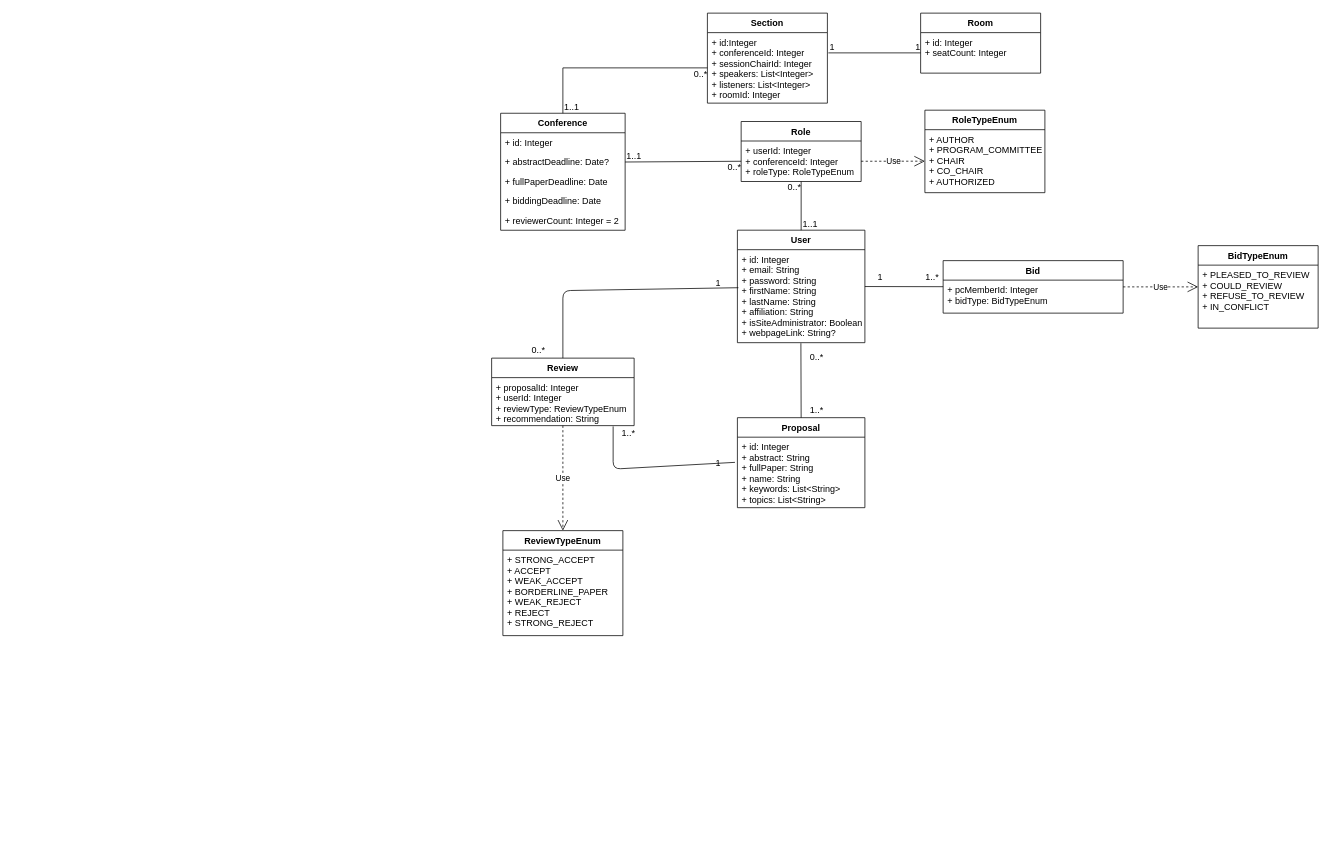
raresica1234/ATAR-SE keeps this draw.io diagram as page "Page-1" (1 of 4) of Documentation/Diagrams/ClassDiagram.drawio. Above is the earlier version. Source tidied: cells renumbered, new cells numbered last; positions are measured from the earlier drawing's top-left corner, leaving out a move shared by most shapes. Both pictures are drawn from the tidied source at 75%, with x=0, y=0 at pixel (491, 13).
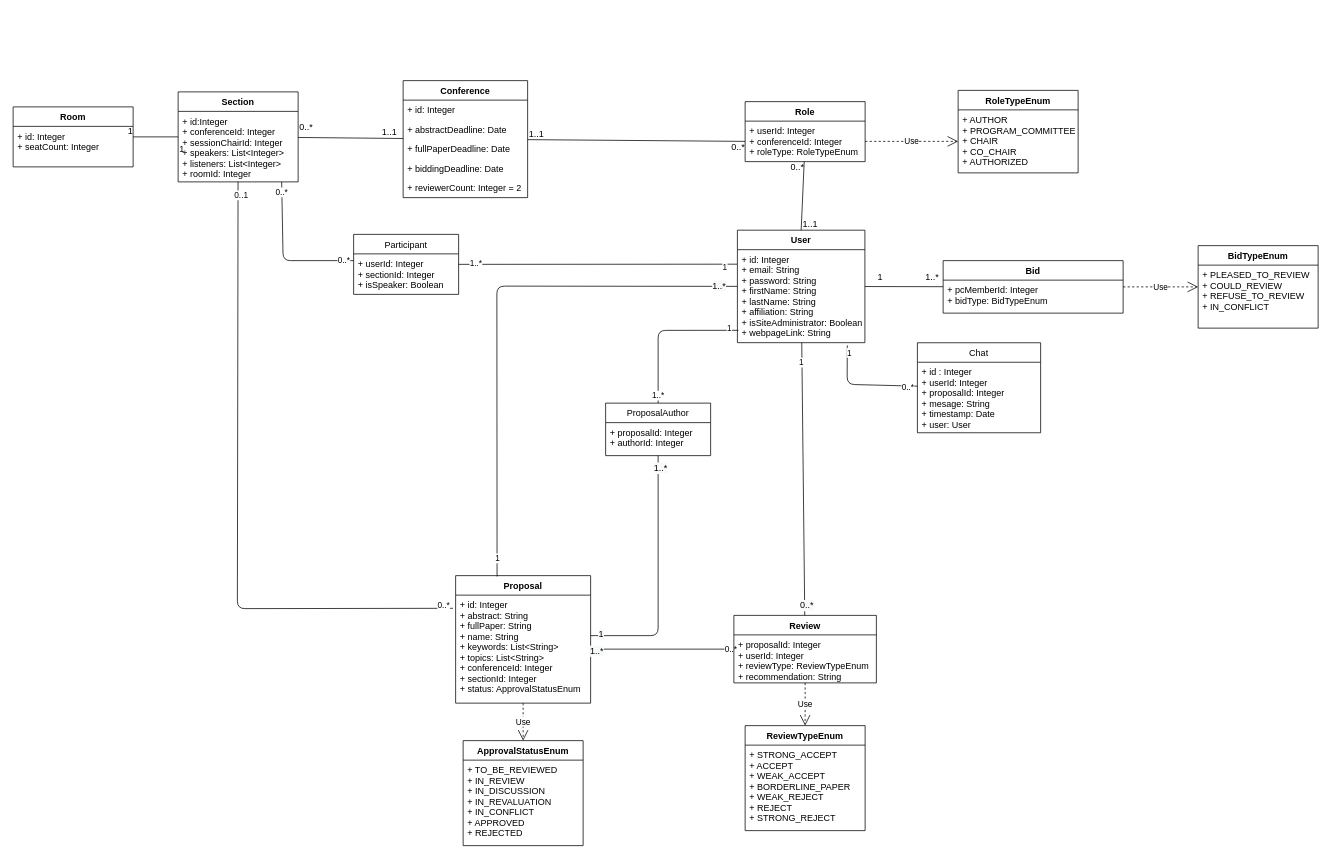
After the change.

The change refers to these unchanged cells:
```xml
<mxCell id="2" value="User" style="swimlane;fontStyle=1;align=center;verticalAlign=top;horizontal=1;startSize=26;" parent="1" vertex="1">
  <mxGeometry x="327.7" y="289.4" width="170" height="150" as="geometry" />
</mxCell>
<mxCell id="5" value="+ userId: Integer&#10;+ conferenceId: Integer&#10;+ roleType: RoleTypeEnum" style="text;strokeColor=none;fillColor=none;align=left;verticalAlign=top;spacingLeft=4;spacingRight=4;overflow=hidden;points=[[0,0.5],[1,0.5]];portConstraint=eastwest;" parent="4" vertex="1">
  <mxGeometry y="26" width="160" height="54" as="geometry" />
</mxCell>
<mxCell id="13" value="+ id:Integer&#10;+ conferenceId: Integer&#10;+ sessionChairId: Integer&#10;+ speakers: List&lt;Integer&gt;&#10;+ listeners: List&lt;Integer&gt;&#10;+ roomId: Integer&#10;" style="text;strokeColor=none;fillColor=none;align=left;verticalAlign=top;spacingLeft=4;spacingRight=4;overflow=hidden;points=[[0,0.5],[1,0.5]];portConstraint=eastwest;" parent="12" vertex="1">
  <mxGeometry y="26" width="160" height="94" as="geometry" />
</mxCell>
<mxCell id="15" value="+ id: Integer&#10;+ seatCount: Integer&#10;" style="text;strokeColor=none;fillColor=none;align=left;verticalAlign=top;spacingLeft=4;spacingRight=4;overflow=hidden;points=[[0,0.5],[1,0.5]];portConstraint=eastwest;" parent="14" vertex="1">
  <mxGeometry y="26" width="160" height="54" as="geometry" />
</mxCell>
```

What changed in the source:
```diff
@@
-    <mxCell id="3" value="+ id: Integer&#10;+ email: String&#10;+ password: String&#10;+ firstName: String&#10;+ lastName: String&#10;+ affiliation: String&#10;+ isSiteAdministrator: Boolean&#10;+ webpageLink: String?" style="text;strokeColor=none;fillColor=none;align=left;verticalAlign=top;spacingLeft=4;spacingRight=4;overflow=hidden;points=[[0,0.5],[1,0.5]];portConstraint=eastwest;" parent="2" vertex="1">
+    <mxCell id="3" value="+ id: Integer&#10;+ email: String&#10;+ password: String&#10;+ firstName: String&#10;+ lastName: String&#10;+ affiliation: String&#10;+ isSiteAdministrator: Boolean&#10;+ webpageLink: String" style="text;strokeColor=none;fillColor=none;align=left;verticalAlign=top;spacingLeft=4;spacingRight=4;overflow=hidden;points=[[0,0.5],[1,0.5]];portConstraint=eastwest;" parent="2" vertex="1">
       <mxGeometry y="26" width="170" height="124" as="geometry" />
     </mxCell>
     <mxCell id="4" value="Role" style="swimlane;fontStyle=1;align=center;verticalAlign=top;horizontal=1;startSize=26;" parent="1" vertex="1">
-      <mxGeometry x="332.7" y="144.5" width="160" height="80" as="geometry" />
+      <mxGeometry x="338" y="118" width="160" height="80" as="geometry" />
     </mxCell>
@@
     <mxCell id="6" value="RoleTypeEnum" style="swimlane;fontStyle=1;align=center;verticalAlign=top;horizontal=1;startSize=26;" parent="1" vertex="1">
-      <mxGeometry x="577.7" y="129.4" width="160" height="110" as="geometry" />
+      <mxGeometry x="622" y="103" width="160" height="110" as="geometry" />
     </mxCell>
@@
     <mxCell id="12" value="Section" style="swimlane;fontStyle=1;align=center;verticalAlign=top;horizontal=1;startSize=26;" parent="1" vertex="1">
-      <mxGeometry x="287.7" width="160" height="120" as="geometry" />
+      <mxGeometry x="-418" y="105" width="160" height="120" as="geometry" />
     </mxCell>
@@
     <mxCell id="14" value="Room" style="swimlane;fontStyle=1;align=center;verticalAlign=top;horizontal=1;startSize=26;" parent="1" vertex="1">
-      <mxGeometry x="572" width="160" height="80" as="geometry" />
+      <mxGeometry x="-638" y="125" width="160" height="80" as="geometry" />
     </mxCell>
@@
-    <mxCell id="16" style="endArrow=none;html=1;rounded=0;entryX=0;entryY=0.5;entryDx=0;entryDy=0;" parent="1" edge="1" target="15">
-      <mxGeometry relative="1" as="geometry">
-        <mxPoint x="449" y="53" as="sourcePoint" />
-      </mxGeometry>
+    <mxCell id="16" style="endArrow=none;html=1;rounded=0;" parent="1" edge="1" source="12" target="14">
+      <mxGeometry relative="1" as="geometry" />
     </mxCell>
     <mxCell id="17" value="1" style="html=1;align=left;verticalAlign=bottom;" parent="16" vertex="1">
-      <mxGeometry x="-1" relative="1" as="geometry" />
+      <mxGeometry x="-1" relative="1" as="geometry">
+        <mxPoint y="25" as="offset" />
+      </mxGeometry>
     </mxCell>
@@
     <mxCell id="19" value="Proposal" style="swimlane;fontStyle=1;align=center;verticalAlign=top;horizontal=1;startSize=26;" parent="1" vertex="1">
-      <mxGeometry x="327.7" y="539.4" width="170" height="120" as="geometry" />
+      <mxGeometry x="-48" y="750" width="180" height="170" as="geometry" />
     </mxCell>
-    <mxCell id="20" value="+ id: Integer&#10;+ abstract: String&#10;+ fullPaper: String &#10;+ name: String&#10;+ keywords: List&lt;String&gt;&#10;+ topics: List&lt;String&gt;" style="text;strokeColor=none;fillColor=none;align=left;verticalAlign=top;spacingLeft=4;spacingRight=4;overflow=hidden;points=[[0,0.5],[1,0.5]];portConstraint=eastwest;" parent="19" vertex="1">
-      <mxGeometry y="26" width="170" height="94" as="geometry" />
+    <mxCell id="20" value="+ id: Integer&#10;+ abstract: String&#10;+ fullPaper: String &#10;+ name: String&#10;+ keywords: List&lt;String&gt;&#10;+ topics: List&lt;String&gt;&#10;+ conferenceId: Integer&#10;+ sectionId: Integer&#10;+ status: ApprovalStatusEnum" style="text;strokeColor=none;fillColor=none;align=left;verticalAlign=top;spacingLeft=4;spacingRight=4;overflow=hidden;points=[[0,0.5],[1,0.5]];portConstraint=eastwest;" parent="19" vertex="1">
+      <mxGeometry y="26" width="180" height="144" as="geometry" />
     </mxCell>
-    <mxCell id="21" style="endArrow=none;html=1;entryX=0.498;entryY=1.006;entryDx=0;entryDy=0;entryPerimeter=0;exitX=0.5;exitY=0;exitDx=0;exitDy=0;" parent="1" edge="1" source="19" target="3">
+    <mxCell id="21" style="endArrow=none;html=1;" parent="1" edge="1" source="20" target="38">
       <mxGeometry relative="1" as="geometry" />
     </mxCell>
-    <mxCell id="22" value="1..*" style="text;html=1;align=center;verticalAlign=middle;" parent="1" vertex="1">
-      <mxGeometry x="417.7" y="519.4" width="30" height="20" as="geometry" />
-    </mxCell>
-    <mxCell id="23" value="0..*" style="text;html=1;align=center;verticalAlign=middle;" parent="1" vertex="1">
-      <mxGeometry x="417.7" y="449.4" width="30" height="20" as="geometry" />
-    </mxCell>
+    <mxCell id="55" value="&lt;span style=&quot;font-size: 12px ; background-color: rgb(248 , 249 , 250)&quot;&gt;1..*&lt;/span&gt;" style="edgeLabel;html=1;align=center;verticalAlign=middle;" parent="21" vertex="1">
+      <mxGeometry x="-0.93" y="-2" relative="1" as="geometry" />
+    </mxCell>
+    <mxCell id="56" value="0..*" style="edgeLabel;html=1;align=center;verticalAlign=middle;" parent="21" vertex="1">
+      <mxGeometry x="0.95" y="1" relative="1" as="geometry" />
+    </mxCell>
     <mxCell id="24" value="Conference" style="swimlane;fontStyle=1;horizontal=1;startSize=26;fillColor=none;" parent="1" vertex="1">
-      <mxGeometry x="12" y="133.5" width="166" height="156" as="geometry" />
+      <mxGeometry x="-118" y="90" width="166" height="156" as="geometry" />
     </mxCell>
@@
-    <mxCell id="26" value="+ abstractDeadline: Date?" style="text;strokeColor=none;fillColor=none;align=left;verticalAlign=top;spacingLeft=4;spacingRight=4;overflow=hidden;points=[[0,0.5],[1,0.5]];portConstraint=eastwest;" parent="24" vertex="1">
+    <mxCell id="26" value="+ abstractDeadline: Date" style="text;strokeColor=none;fillColor=none;align=left;verticalAlign=top;spacingLeft=4;spacingRight=4;overflow=hidden;points=[[0,0.5],[1,0.5]];portConstraint=eastwest;" parent="24" vertex="1">
       <mxGeometry y="52" width="166" height="26" as="geometry" />
     </mxCell>
@@
-    <mxCell id="30" style="endArrow=none;html=1;rounded=0;exitX=1;exitY=0.5;exitDx=0;exitDy=0;entryX=0;entryY=0.5;entryDx=0;entryDy=0;" parent="1" edge="1" source="26" target="5">
+    <mxCell id="30" style="endArrow=none;html=1;rounded=0;entryX=0;entryY=0.5;entryDx=0;entryDy=0;" parent="1" edge="1" source="24" target="5">
       <mxGeometry relative="1" as="geometry" />
     </mxCell>
@@
-    <mxCell id="33" style="endArrow=none;html=1;rounded=0;exitX=0.5;exitY=0;exitDx=0;exitDy=0;entryX=0;entryY=0.5;entryDx=0;entryDy=0;" parent="1" edge="1" source="24" target="13">
-      <mxGeometry relative="1" as="geometry">
-        <Array as="points">
-          <mxPoint x="95" y="73" />
-        </Array>
-      </mxGeometry>
+    <mxCell id="33" style="endArrow=none;html=1;rounded=0;" parent="1" edge="1" source="24" target="12">
+      <mxGeometry relative="1" as="geometry" />
     </mxCell>
     <mxCell id="34" value="1..1" style="html=1;align=left;verticalAlign=bottom;" parent="33" vertex="1">
-      <mxGeometry x="-1" relative="1" as="geometry" />
+      <mxGeometry x="-1" relative="1" as="geometry">
+        <mxPoint x="-30" as="offset" />
+      </mxGeometry>
     </mxCell>
     <mxCell id="35" value="0..*" style="html=1;align=right;verticalAlign=bottom;" parent="33" vertex="1">
       <mxGeometry x="1" relative="1" as="geometry">
-        <mxPoint y="15.6" as="offset" />
+        <mxPoint x="20" y="-5.8" as="offset" />
       </mxGeometry>
     </mxCell>
@@
     <mxCell id="38" value="Review" style="swimlane;fontStyle=1;align=center;verticalAlign=top;horizontal=1;startSize=26;" parent="1" vertex="1">
-      <mxGeometry y="460" width="190" height="90" as="geometry" />
+      <mxGeometry x="323" y="803" width="190" height="90" as="geometry" />
     </mxCell>
@@
     <mxCell id="40" value="ReviewTypeEnum" style="swimlane;fontStyle=1;align=center;verticalAlign=top;horizontal=1;startSize=26;" parent="1" vertex="1">
-      <mxGeometry x="15" y="690" width="160" height="140" as="geometry" />
+      <mxGeometry x="338" y="950" width="160" height="140" as="geometry" />
     </mxCell>
@@
-    <mxCell id="49" style="endArrow=none;html=1;entryX=0.008;entryY=0.409;entryDx=0;entryDy=0;entryPerimeter=0;" parent="1" edge="1" source="38" target="3">
-      <mxGeometry relative="1" as="geometry">
-        <Array as="points">
-          <mxPoint x="95" y="370" />
-        </Array>
-      </mxGeometry>
+    <mxCell id="49" style="endArrow=none;html=1;" parent="1" edge="1" source="38" target="2">
+      <mxGeometry relative="1" as="geometry" />
     </mxCell>
+    <mxCell id="57" value="&lt;span style=&quot;font-size: 12px ; background-color: rgb(248 , 249 , 250)&quot;&gt;0..*&lt;/span&gt;" style="edgeLabel;html=1;align=center;verticalAlign=middle;" parent="49" vertex="1">
+      <mxGeometry x="-0.93" y="-2" relative="1" as="geometry" />
+    </mxCell>
+    <mxCell id="58" value="1" style="edgeLabel;html=1;align=center;verticalAlign=middle;" parent="49" vertex="1">
+      <mxGeometry x="0.86" y="1" relative="1" as="geometry" />
+    </mxCell>
-    <mxCell id="50" style="endArrow=none;html=1;entryX=-0.019;entryY=0.357;entryDx=0;entryDy=0;entryPerimeter=0;" parent="1" edge="1" target="20">
+    <mxCell id="50" style="endArrow=none;html=1;entryX=0.307;entryY=0.007;entryDx=0;entryDy=0;entryPerimeter=0;" parent="1" edge="1" source="2" target="19">
       <mxGeometry relative="1" as="geometry">
-        <mxPoint x="162" y="551" as="sourcePoint" />
         <Array as="points">
-          <mxPoint x="162" y="608" />
+          <mxPoint x="7" y="364" />
         </Array>
       </mxGeometry>
     </mxCell>
-    <mxCell id="51" value="1" style="text;html=1;align=center;verticalAlign=middle;" parent="1" vertex="1">
-      <mxGeometry x="292" y="350" width="20" height="20" as="geometry" />
-    </mxCell>
-    <mxCell id="52" value="0..*" style="text;html=1;align=center;verticalAlign=middle;" parent="1" vertex="1">
-      <mxGeometry x="47" y="440" width="30" height="20" as="geometry" />
-    </mxCell>
-    <mxCell id="53" value="1" style="text;html=1;align=center;verticalAlign=middle;" parent="1" vertex="1">
-      <mxGeometry x="292" y="590" width="20" height="20" as="geometry" />
-    </mxCell>
-    <mxCell id="54" value="1..*" style="text;html=1;align=center;verticalAlign=middle;" parent="1" vertex="1">
-      <mxGeometry x="167" y="550" width="30" height="20" as="geometry" />
-    </mxCell>
+    <mxCell id="59" value="&lt;span style=&quot;font-size: 12px ; background-color: rgb(248 , 249 , 250)&quot;&gt;1..*&lt;/span&gt;" style="edgeLabel;html=1;align=center;verticalAlign=middle;" parent="50" vertex="1">
+      <mxGeometry x="-0.93" y="-1" relative="1" as="geometry" />
+    </mxCell>
+    <mxCell id="60" value="1" style="edgeLabel;html=1;align=center;verticalAlign=middle;" parent="50" vertex="1">
+      <mxGeometry x="0.93" relative="1" as="geometry" />
+    </mxCell>
+    <mxCell id="61" value="Chat" style="swimlane;fontStyle=0;horizontal=1;startSize=26;fillColor=none;" parent="1" vertex="1">
+      <mxGeometry x="567.7" y="439.5" width="164.3" height="120" as="geometry" />
+    </mxCell>
+    <mxCell id="62" value="+ id : Integer&#10;+ userId: Integer&#10;+ proposalId: Integer&#10;+ mesage: String&#10;+ timestamp: Date&#10;+ user: User" style="text;strokeColor=none;fillColor=none;align=left;verticalAlign=top;spacingLeft=4;spacingRight=4;overflow=hidden;" parent="61" vertex="1">
+      <mxGeometry y="26" width="164.3" height="94" as="geometry" />
+    </mxCell>
+    <mxCell id="63" style="endArrow=none;html=1;entryX=0.862;entryY=1.029;entryDx=0;entryDy=0;entryPerimeter=0;" parent="1" edge="1" source="61" target="3">
+      <mxGeometry relative="1" as="geometry">
+        <Array as="points">
+          <mxPoint x="474" y="495" />
+        </Array>
+      </mxGeometry>
+    </mxCell>
+    <mxCell id="64" value="1" style="edgeLabel;html=1;align=center;verticalAlign=middle;" parent="63" vertex="1">
+      <mxGeometry x="0.86" y="-2" relative="1" as="geometry" />
+    </mxCell>
+    <mxCell id="65" value="0..*" style="edgeLabel;html=1;align=center;verticalAlign=middle;" parent="63" vertex="1">
+      <mxGeometry x="-0.82" y="1" relative="1" as="geometry" />
+    </mxCell>
+    <mxCell id="66" value="ApprovalStatusEnum" style="swimlane;fontStyle=1;align=center;verticalAlign=top;horizontal=1;startSize=26;" parent="1" vertex="1">
+      <mxGeometry x="-38" y="970" width="160" height="140" as="geometry" />
+    </mxCell>
+    <mxCell id="67" value="+ TO_BE_REVIEWED&#10;+ IN_REVIEW&#10;+ IN_DISCUSSION&#10;+ IN_REVALUATION&#10;+ IN_CONFLICT&#10;+ APPROVED&#10;+ REJECTED" style="text;strokeColor=none;fillColor=none;align=left;verticalAlign=top;spacingLeft=4;spacingRight=4;overflow=hidden;" parent="66" vertex="1">
+      <mxGeometry y="26" width="160" height="114" as="geometry" />
+    </mxCell>
+    <mxCell id="68" value="Use" style="endArrow=open;endSize=12;dashed=1;html=1;" parent="1" edge="1" source="19" target="66">
+      <mxGeometry relative="1" as="geometry" />
+    </mxCell>
+    <mxCell id="69" value="Participant" style="swimlane;fontStyle=0;horizontal=1;startSize=26;fillColor=none;" parent="1" vertex="1">
+      <mxGeometry x="-184" y="295" width="140" height="80" as="geometry" />
+    </mxCell>
+    <mxCell id="70" value="+ userId: Integer&#10;+ sectionId: Integer&#10;+ isSpeaker: Boolean" style="text;strokeColor=none;fillColor=none;align=left;verticalAlign=top;spacingLeft=4;spacingRight=4;overflow=hidden;" parent="69" vertex="1">
+      <mxGeometry y="26" width="140" height="54" as="geometry" />
+    </mxCell>
+    <mxCell id="71" style="endArrow=none;html=1;exitX=-0.02;exitY=0.122;exitDx=0;exitDy=0;exitPerimeter=0;" parent="1" edge="1" source="20" target="12">
+      <mxGeometry relative="1" as="geometry">
+        <Array as="points">
+          <mxPoint x="-339" y="794" />
+        </Array>
+      </mxGeometry>
+    </mxCell>
+    <mxCell id="72" value="0..*" style="edgeLabel;html=1;align=center;verticalAlign=middle;" parent="71" vertex="1">
+      <mxGeometry x="-0.97" y="-4" relative="1" as="geometry" />
+    </mxCell>
+    <mxCell id="73" value="0..1" style="edgeLabel;html=1;align=center;verticalAlign=middle;" parent="71" vertex="1">
+      <mxGeometry x="0.96" y="-4" relative="1" as="geometry" />
+    </mxCell>
+    <mxCell id="74" value="ProposalAuthor" style="swimlane;fontStyle=0;horizontal=1;startSize=26;fillColor=none;" parent="1" vertex="1">
+      <mxGeometry x="152" y="520" width="140" height="70" as="geometry" />
+    </mxCell>
+    <mxCell id="75" value="+ proposalId: Integer&#10;+ authorId: Integer" style="text;strokeColor=none;fillColor=none;align=left;verticalAlign=top;spacingLeft=4;spacingRight=4;overflow=hidden;" parent="74" vertex="1">
+      <mxGeometry y="26" width="140" height="44" as="geometry" />
+    </mxCell>
+    <mxCell id="76" style="endArrow=none;html=1;" parent="1" edge="1" target="74">
+      <mxGeometry relative="1" as="geometry">
+        <mxPoint x="132" y="830" as="sourcePoint" />
+        <Array as="points">
+          <mxPoint x="222" y="830" />
+        </Array>
+      </mxGeometry>
+    </mxCell>
+    <mxCell id="77" value="&lt;span style=&quot;font-size: 12px ; background-color: rgb(248 , 249 , 250)&quot;&gt;1&lt;/span&gt;" style="edgeLabel;html=1;align=center;verticalAlign=middle;" parent="76" vertex="1">
+      <mxGeometry x="-0.92" y="3" relative="1" as="geometry" />
+    </mxCell>
+    <mxCell id="78" value="&lt;span style=&quot;font-size: 12px ; background-color: rgb(248 , 249 , 250)&quot;&gt;1..*&lt;/span&gt;" style="edgeLabel;html=1;align=center;verticalAlign=middle;" parent="76" vertex="1">
+      <mxGeometry x="0.9" y="-2" relative="1" as="geometry" />
+    </mxCell>
+    <mxCell id="79" style="endArrow=none;html=1;entryX=0.008;entryY=0.867;entryDx=0;entryDy=0;entryPerimeter=0;" parent="1" edge="1" source="74" target="3">
+      <mxGeometry relative="1" as="geometry">
+        <Array as="points">
+          <mxPoint x="222" y="423" />
+        </Array>
+      </mxGeometry>
+    </mxCell>
+    <mxCell id="80" value="1..*" style="edgeLabel;html=1;align=center;verticalAlign=middle;" parent="79" vertex="1">
+      <mxGeometry x="-0.89" y="1" relative="1" as="geometry" />
+    </mxCell>
+    <mxCell id="81" value="1" style="edgeLabel;html=1;align=center;verticalAlign=middle;" parent="79" vertex="1">
+      <mxGeometry x="0.88" y="3" relative="1" as="geometry" />
+    </mxCell>
+    <mxCell id="82" style="endArrow=none;html=1;exitX=-0.003;exitY=0.156;exitDx=0;exitDy=0;exitPerimeter=0;" parent="1" edge="1" source="3" target="69">
+      <mxGeometry relative="1" as="geometry" />
+    </mxCell>
+    <mxCell id="83" value="1..*" style="edgeLabel;html=1;align=center;verticalAlign=middle;" parent="82" vertex="1">
+      <mxGeometry x="0.88" y="-1" relative="1" as="geometry" />
+    </mxCell>
+    <mxCell id="84" value="1" style="edgeLabel;html=1;align=center;verticalAlign=middle;" parent="82" vertex="1">
+      <mxGeometry x="-0.91" y="4" relative="1" as="geometry" />
+    </mxCell>
+    <mxCell id="85" style="endArrow=none;html=1;entryX=0.863;entryY=1;entryDx=0;entryDy=0;entryPerimeter=0;" parent="1" edge="1" target="13">
+      <mxGeometry relative="1" as="geometry">
+        <mxPoint x="-184" y="330" as="sourcePoint" />
+        <Array as="points">
+          <mxPoint x="-278" y="330" />
+        </Array>
+      </mxGeometry>
+    </mxCell>
+    <mxCell id="86" value="0..*" style="edgeLabel;html=1;align=center;verticalAlign=middle;" parent="85" vertex="1">
+      <mxGeometry x="-0.86" y="-1" relative="1" as="geometry" />
+    </mxCell>
+    <mxCell id="87" value="0..*" style="edgeLabel;html=1;align=center;verticalAlign=middle;" parent="85" vertex="1">
+      <mxGeometry x="0.87" y="1" relative="1" as="geometry" />
+    </mxCell>
```
